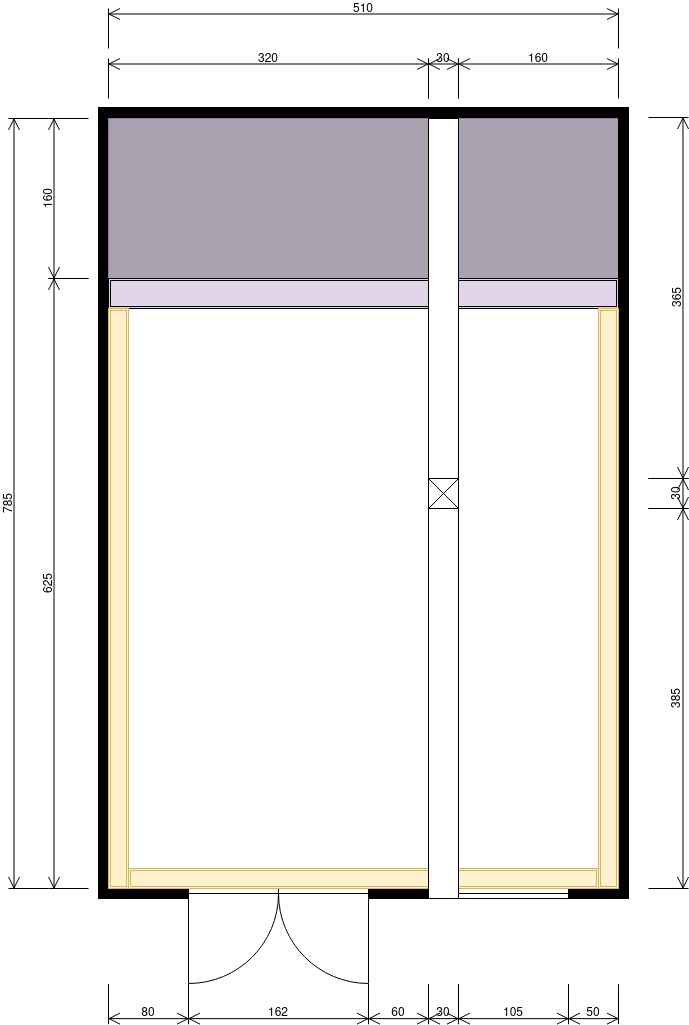
Above: atelier.drawio.png in fckff/drawio (draw.io), before the change. Source tidied: cells renumbered, new cells last; positions are measured from the earlier drawing's top-left corner, leaving out a move shared by most shapes.
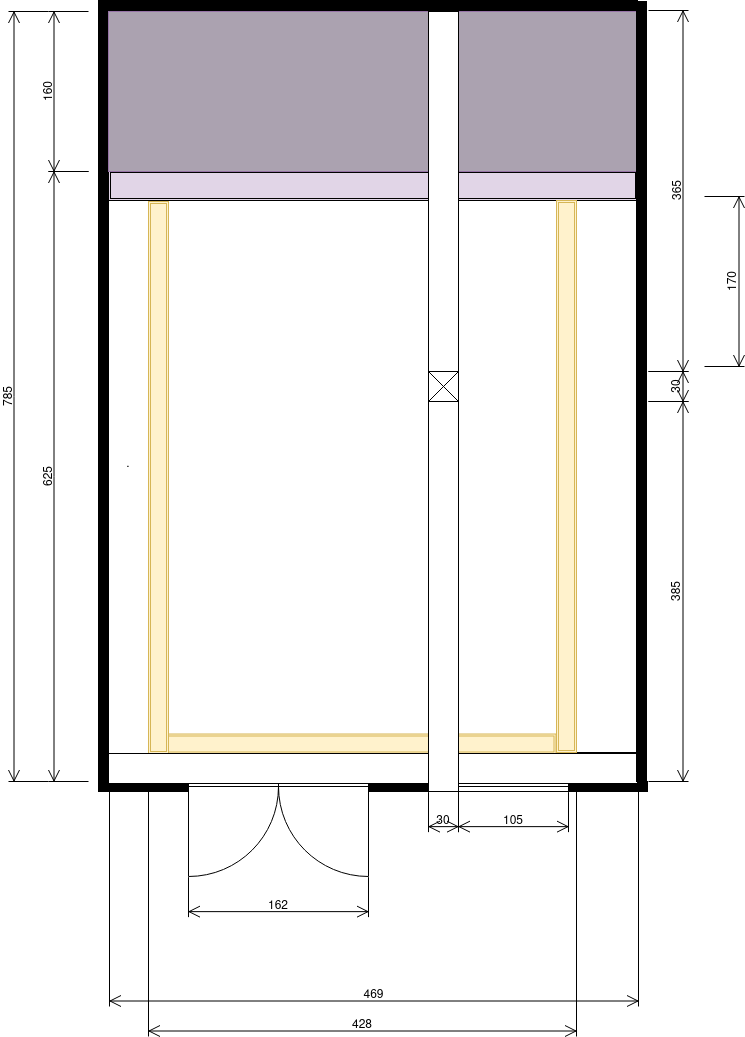
The same diagram one commit later.

Change to the diagram source:
```diff
@@ -2,6 +2,15 @@
   <root>
     <mxCell id="0" />
     <mxCell id="1" parent="0" />
+    <mxCell id="34" style="rounded=0;whiteSpace=wrap;html=1;" parent="1" vertex="1">
+      <mxGeometry x="568" y="269" width="60" height="582" as="geometry" />
+    </mxCell>
+    <mxCell id="35" value="." style="rounded=0;whiteSpace=wrap;html=1;" parent="1" vertex="1">
+      <mxGeometry x="100" y="270" width="40" height="582" as="geometry" />
+    </mxCell>
+    <mxCell id="13" style="shape=ext;double=1;rounded=0;whiteSpace=wrap;html=1;fillColor=#E1D5E7;" parent="1" vertex="1">
+      <mxGeometry x="100" y="269" width="529" height="30" as="geometry" />
+    </mxCell>
     <mxCell id="2" style="verticalLabelPosition=bottom;html=1;verticalAlign=top;align=center;shape=mxgraph.floorplan.wall;fillColor=strokeColor;direction=south;" parent="1" vertex="1">
       <mxGeometry x="90" y="110" width="10" height="780" as="geometry" />
     </mxCell>
@@ -9,7 +18,7 @@
       <mxGeometry x="100" y="110" width="320" height="160" as="geometry" />
     </mxCell>
     <mxCell id="4" style="rounded=0;whiteSpace=wrap;html=1;fillColor=#ABA2B0;strokeColor=#9673a6;" parent="1" vertex="1">
-      <mxGeometry x="450" y="110" width="160" height="160" as="geometry" />
+      <mxGeometry x="450" y="110" width="179" height="160" as="geometry" />
     </mxCell>
     <mxCell id="5" style="verticalLabelPosition=bottom;html=1;verticalAlign=top;align=center;shape=mxgraph.floorplan.wall;fillColor=strokeColor;" parent="1" vertex="1">
       <mxGeometry x="100" y="880" width="80" height="10" as="geometry" />
@@ -17,11 +26,8 @@
     <mxCell id="6" style="verticalLabelPosition=bottom;html=1;verticalAlign=top;align=center;shape=mxgraph.floorplan.wall;fillColor=strokeColor;" parent="1" vertex="1">
       <mxGeometry x="360" y="880" width="60" height="10" as="geometry" />
     </mxCell>
-    <mxCell id="7" style="verticalLabelPosition=bottom;html=1;verticalAlign=top;align=center;shape=mxgraph.floorplan.wall;fillColor=strokeColor;direction=south;" parent="1" vertex="1">
-      <mxGeometry x="610" y="110" width="10" height="780" as="geometry" />
-    </mxCell>
     <mxCell id="8" style="verticalLabelPosition=bottom;html=1;verticalAlign=top;align=center;shape=mxgraph.floorplan.wall;fillColor=strokeColor;" parent="1" vertex="1">
-      <mxGeometry x="560" y="880" width="50" height="10" as="geometry" />
+      <mxGeometry x="560" y="880" width="79" height="10" as="geometry" />
     </mxCell>
     <mxCell id="9" style="verticalLabelPosition=bottom;html=1;verticalAlign=top;align=center;shape=mxgraph.floorplan.doorDouble;" parent="1" vertex="1">
       <mxGeometry x="180" y="880" width="180" height="95.6" as="geometry" />
@@ -35,27 +41,12 @@
     <mxCell id="12" value="&lt;div&gt;160&lt;/div&gt;" style="shape=dimension;direction=south;whiteSpace=wrap;html=1;align=center;verticalAlign=top;labelBackgroundColor=none;horizontal=0;spacingTop=-15;" parent="1" vertex="1">
       <mxGeometry x="40" y="110" width="40" height="160" as="geometry" />
     </mxCell>
-    <mxCell id="13" style="shape=ext;double=1;rounded=0;whiteSpace=wrap;html=1;fillColor=#E1D5E7;" parent="1" vertex="1">
-      <mxGeometry x="100" y="270" width="510" height="30" as="geometry" />
-    </mxCell>
-    <mxCell id="14" style="shape=ext;double=1;rounded=0;whiteSpace=wrap;html=1;fillColor=#fff2cc;strokeColor=#d6b656;" parent="1" vertex="1">
-      <mxGeometry x="100" y="300" width="20" height="580" as="geometry" />
-    </mxCell>
-    <mxCell id="15" style="shape=ext;double=1;rounded=0;whiteSpace=wrap;html=1;fillColor=#fff2cc;strokeColor=#d6b656;" parent="1" vertex="1">
-      <mxGeometry x="590" y="300" width="20" height="580" as="geometry" />
-    </mxCell>
     <mxCell id="16" style="shape=ext;double=1;rounded=0;whiteSpace=wrap;html=1;fillColor=#fff2cc;strokeColor=#d6b656;rotation=90;" parent="1" vertex="1">
-      <mxGeometry x="345" y="635" width="20" height="470" as="geometry" />
+      <mxGeometry x="340" y="645" width="20" height="395" as="geometry" />
     </mxCell>
-    <mxCell id="17" style="rounded=0;whiteSpace=wrap;html=1;" parent="1" vertex="1">
-      <mxGeometry x="420" y="110" width="30" height="780" as="geometry" />
-    </mxCell>
     <mxCell id="18" value="&lt;div&gt;785&lt;/div&gt;" style="shape=dimension;direction=south;whiteSpace=wrap;html=1;align=center;verticalAlign=top;labelBackgroundColor=none;horizontal=0;spacingTop=-15;" parent="1" vertex="1">
       <mxGeometry y="110" width="40" height="770" as="geometry" />
     </mxCell>
-    <mxCell id="19" style="verticalLabelPosition=bottom;html=1;verticalAlign=top;align=center;shape=mxgraph.floorplan.elevator;" parent="1" vertex="1">
-      <mxGeometry x="420" y="470" width="30" height="30" as="geometry" />
-    </mxCell>
     <mxCell id="20" value="385" style="shape=dimension;direction=north;whiteSpace=wrap;html=1;align=center;verticalAlign=bottom;labelBackgroundColor=none;horizontal=0;spacingBottom=3;" parent="1" vertex="1">
       <mxGeometry x="640" y="500" width="40" height="380" as="geometry" />
     </mxCell>
@@ -65,38 +56,44 @@
     <mxCell id="22" value="30" style="shape=dimension;direction=north;whiteSpace=wrap;html=1;align=center;verticalAlign=bottom;labelBackgroundColor=none;horizontal=0;spacingBottom=3;" parent="1" vertex="1">
       <mxGeometry x="640" y="470" width="40" height="30" as="geometry" />
     </mxCell>
-    <mxCell id="23" value="510" style="shape=dimension;direction=west;whiteSpace=wrap;html=1;align=center;verticalAlign=top;spacingTop=-15;labelBackgroundColor=none;" parent="1" vertex="1">
-      <mxGeometry x="100" width="510" height="40" as="geometry" />
-    </mxCell>
-    <mxCell id="24" value="320" style="shape=dimension;direction=west;whiteSpace=wrap;html=1;align=center;verticalAlign=top;spacingTop=-15;labelBackgroundColor=none;" parent="1" vertex="1">
-      <mxGeometry x="100" y="50" width="320" height="40" as="geometry" />
-    </mxCell>
-    <mxCell id="25" value="160" style="shape=dimension;direction=west;whiteSpace=wrap;html=1;align=center;verticalAlign=top;spacingTop=-15;labelBackgroundColor=none;" parent="1" vertex="1">
-      <mxGeometry x="450" y="50" width="160" height="40" as="geometry" />
-    </mxCell>
-    <mxCell id="26" value="30" style="shape=dimension;direction=west;whiteSpace=wrap;html=1;align=center;verticalAlign=top;spacingTop=-15;labelBackgroundColor=none;" parent="1" vertex="1">
-      <mxGeometry x="420" y="50" width="30" height="40" as="geometry" />
-    </mxCell>
-    <mxCell id="27" value="80" style="shape=dimension;whiteSpace=wrap;html=1;align=center;verticalAlign=bottom;spacingBottom=3;labelBackgroundColor=none;" parent="1" vertex="1">
-      <mxGeometry x="100" y="975.6" width="80" height="40" as="geometry" />
-    </mxCell>
     <mxCell id="28" value="162" style="shape=dimension;whiteSpace=wrap;html=1;align=center;verticalAlign=bottom;spacingBottom=3;labelBackgroundColor=none;" parent="1" vertex="1">
       <mxGeometry x="180" y="975.6" width="180" height="40" as="geometry" />
     </mxCell>
-    <mxCell id="29" value="60" style="shape=dimension;whiteSpace=wrap;html=1;align=center;verticalAlign=bottom;spacingBottom=3;labelBackgroundColor=none;" parent="1" vertex="1">
-      <mxGeometry x="360" y="975.6" width="60" height="40" as="geometry" />
-    </mxCell>
     <mxCell id="30" value="30" style="shape=dimension;whiteSpace=wrap;html=1;align=center;verticalAlign=bottom;spacingBottom=3;labelBackgroundColor=none;" parent="1" vertex="1">
-      <mxGeometry x="420" y="975.6" width="30" height="40" as="geometry" />
+      <mxGeometry x="420" y="890.6" width="30" height="40" as="geometry" />
     </mxCell>
-    <mxCell id="31" value="50" style="shape=dimension;whiteSpace=wrap;html=1;align=center;verticalAlign=bottom;spacingBottom=3;labelBackgroundColor=none;" parent="1" vertex="1">
-      <mxGeometry x="560" y="975.6" width="50" height="40" as="geometry" />
-    </mxCell>
     <mxCell id="32" value="105" style="shape=dimension;whiteSpace=wrap;html=1;align=center;verticalAlign=bottom;spacingBottom=3;labelBackgroundColor=none;" parent="1" vertex="1">
-      <mxGeometry x="450" y="975.6" width="110" height="40" as="geometry" />
+      <mxGeometry x="450" y="890.6" width="110" height="40" as="geometry" />
     </mxCell>
     <mxCell id="33" style="verticalLabelPosition=bottom;html=1;verticalAlign=top;align=center;shape=mxgraph.floorplan.wall;fillColor=strokeColor;" parent="1" vertex="1">
-      <mxGeometry x="90" y="99" width="530" height="10" as="geometry" />
+      <mxGeometry x="90" y="99" width="539" height="10" as="geometry" />
     </mxCell>
+    <mxCell id="36" style="shape=ext;double=1;rounded=0;whiteSpace=wrap;html=1;fillColor=#fff2cc;strokeColor=#d6b656;" parent="1" vertex="1">
+      <mxGeometry x="140" y="300" width="20" height="552" as="geometry" />
+    </mxCell>
+    <mxCell id="37" value="469" style="shape=dimension;whiteSpace=wrap;html=1;align=center;verticalAlign=bottom;spacingBottom=3;labelBackgroundColor=none;" parent="1" vertex="1">
+      <mxGeometry x="101" y="885" width="529" height="220" as="geometry" />
+    </mxCell>
+    <mxCell id="38" value="&lt;div&gt;428&lt;/div&gt;" style="shape=dimension;whiteSpace=wrap;html=1;align=center;verticalAlign=bottom;spacingBottom=3;labelBackgroundColor=none;" parent="1" vertex="1">
+      <mxGeometry x="140" y="885" width="428" height="250" as="geometry" />
+    </mxCell>
+    <mxCell id="39" value="170" style="shape=dimension;direction=north;whiteSpace=wrap;html=1;align=center;verticalAlign=bottom;labelBackgroundColor=none;horizontal=0;spacingBottom=3;" parent="1" vertex="1">
+      <mxGeometry x="696" y="295" width="40" height="170" as="geometry" />
+    </mxCell>
+    <mxCell id="40" style="shape=ext;double=1;rounded=0;whiteSpace=wrap;html=1;fillColor=#fff2cc;strokeColor=#d6b656;" parent="1" vertex="1">
+      <mxGeometry x="548" y="299" width="20" height="552" as="geometry" />
+    </mxCell>
+    <mxCell id="41" style="rounded=0;whiteSpace=wrap;html=1;" parent="1" vertex="1">
+      <mxGeometry x="100" y="852" width="529" height="30" as="geometry" />
+    </mxCell>
+    <mxCell id="42" style="verticalLabelPosition=bottom;html=1;verticalAlign=top;align=center;shape=mxgraph.floorplan.wall;fillColor=strokeColor;direction=south;" parent="1" vertex="1">
+      <mxGeometry x="628" y="100" width="10" height="780" as="geometry" />
+    </mxCell>
+    <mxCell id="17" style="rounded=0;whiteSpace=wrap;html=1;" parent="1" vertex="1">
+      <mxGeometry x="420" y="110" width="30" height="780" as="geometry" />
+    </mxCell>
+    <mxCell id="19" style="verticalLabelPosition=bottom;html=1;verticalAlign=top;align=center;shape=mxgraph.floorplan.elevator;" parent="1" vertex="1">
+      <mxGeometry x="420" y="470" width="30" height="30" as="geometry" />
+    </mxCell>
   </root>
 </mxGraphModel>
```
